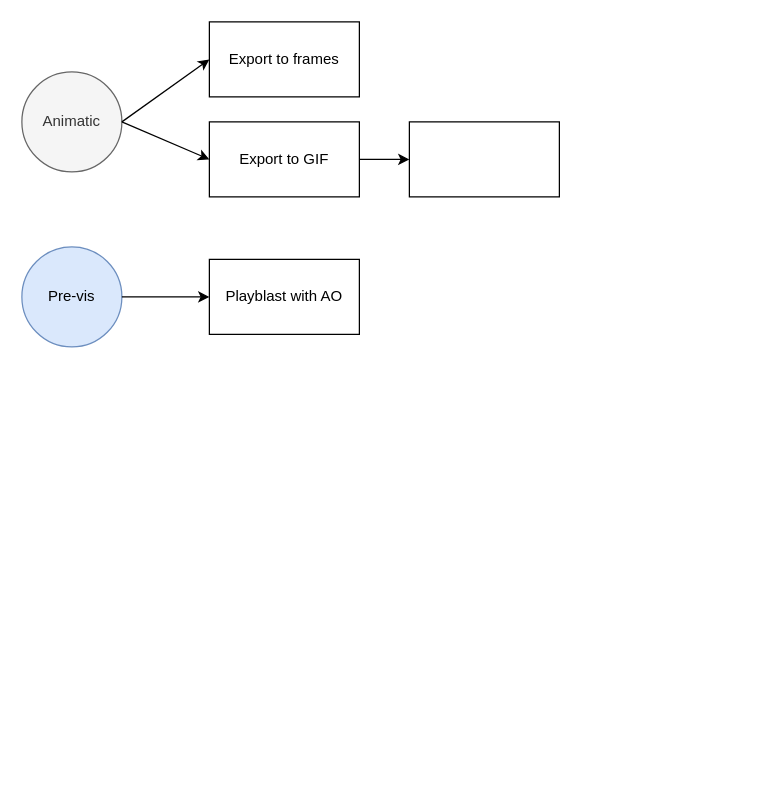
Above: Untitled Diagram.drawio in jpntong/ElbowGrease (draw.io), before the change. Source tidied: cells renumbered, new cells numbered last; positions are measured from the earlier drawing's top-left corner, leaving out a move shared by most shapes. Both pictures are drawn from the tidied source at 125%, with x=0, y=0 at pixel (21, 21).
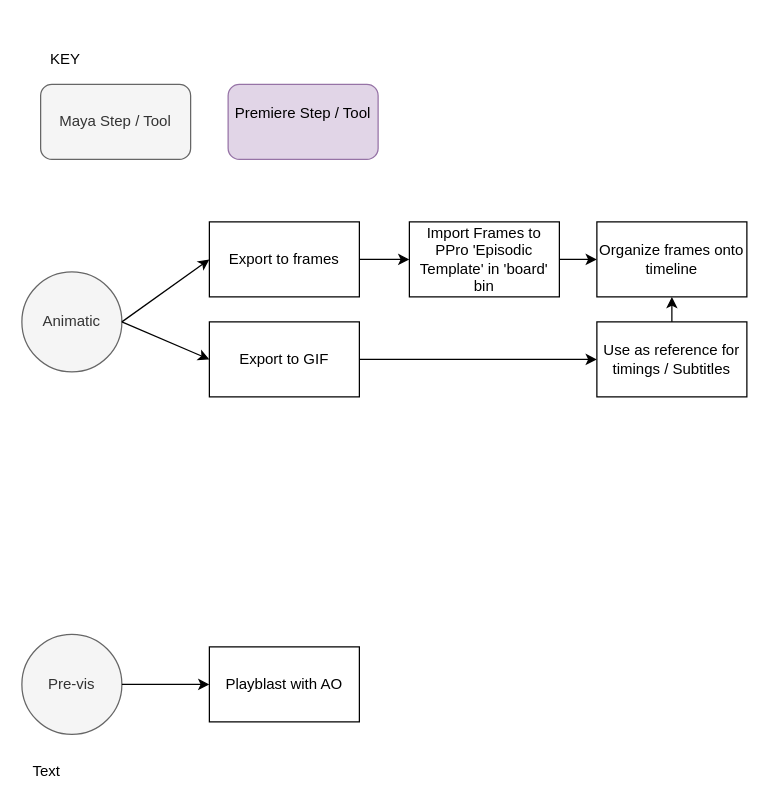
Above is the later version.

Commit message:
PPro Pipeline Flowchart.drawio

What changed in the source:
```diff
@@
-    <mxCell id="2" value="Pre-vis" style="ellipse;whiteSpace=wrap;html=1;fillColor=#dae8fc;strokeColor=#6c8ebf;" parent="1" vertex="1">
-      <mxGeometry y="180" width="80" height="80" as="geometry" />
+    <mxCell id="2" value="Pre-vis" style="ellipse;whiteSpace=wrap;html=1;fillColor=#f5f5f5;strokeColor=#666666;fontColor=#333333;" parent="1" vertex="1">
+      <mxGeometry y="490" width="80" height="80" as="geometry" />
     </mxCell>
     <mxCell id="3" value="Playblast with AO" style="rounded=0;whiteSpace=wrap;html=1;" parent="1" vertex="1">
-      <mxGeometry x="150" y="190" width="120" height="60" as="geometry" />
+      <mxGeometry x="150" y="500" width="120" height="60" as="geometry" />
     </mxCell>
@@
     <mxCell id="5" value="Animatic" style="ellipse;whiteSpace=wrap;html=1;fillColor=#f5f5f5;strokeColor=#666666;fontColor=#333333;" parent="1" vertex="1">
-      <mxGeometry y="40" width="80" height="80" as="geometry" />
+      <mxGeometry y="200" width="80" height="80" as="geometry" />
     </mxCell>
+    <mxCell id="12" style="edgeStyle=orthogonalEdgeStyle;rounded=0;jettySize=auto;html=1;entryX=0;entryY=0.5;entryDx=0;entryDy=0;" parent="1" edge="1" source="6" target="15">
+      <mxGeometry relative="1" as="geometry" />
+    </mxCell>
     <mxCell id="6" value="Export to frames" style="rounded=0;whiteSpace=wrap;html=1;" parent="1" vertex="1">
-      <mxGeometry x="150" width="120" height="60" as="geometry" />
+      <mxGeometry x="150" y="160" width="120" height="60" as="geometry" />
     </mxCell>
     <mxCell id="7" style="endArrow=classic;html=1;exitX=1;exitY=0.5;exitDx=0;exitDy=0;entryX=0;entryY=0.5;entryDx=0;entryDy=0;" parent="1" edge="1" target="6">
       <mxGeometry relative="1" as="geometry">
-        <mxPoint x="80" y="80" as="sourcePoint" />
+        <mxPoint x="80" y="240" as="sourcePoint" />
       </mxGeometry>
     </mxCell>
     <mxCell id="8" style="edgeStyle=orthogonalEdgeStyle;rounded=0;jettySize=auto;html=1;entryX=0;entryY=0.5;entryDx=0;entryDy=0;" parent="1" edge="1" source="9" target="11">
-      <mxGeometry relative="1" as="geometry" />
+      <mxGeometry relative="1" as="geometry">
+        <Array as="points">
+          <mxPoint x="410" y="270" />
+          <mxPoint x="410" y="270" />
+        </Array>
+      </mxGeometry>
     </mxCell>
     <mxCell id="9" value="Export to GIF" style="rounded=0;whiteSpace=wrap;html=1;" parent="1" vertex="1">
-      <mxGeometry x="150" y="80" width="120" height="60" as="geometry" />
+      <mxGeometry x="150" y="240" width="120" height="60" as="geometry" />
     </mxCell>
@@
+    <mxCell id="13" style="edgeStyle=orthogonalEdgeStyle;rounded=0;jettySize=auto;html=1;exitX=0.5;exitY=0;exitDx=0;exitDy=0;entryX=0.5;entryY=1;entryDx=0;entryDy=0;" parent="1" edge="1" source="11" target="16">
+      <mxGeometry relative="1" as="geometry" />
+    </mxCell>
-    <mxCell id="11" style="rounded=0;whiteSpace=wrap;html=1;" parent="1" vertex="1">
-      <mxGeometry x="310" y="80" width="120" height="60" as="geometry" />
+    <mxCell id="11" value="Use as reference for timings / Subtitles" style="rounded=0;whiteSpace=wrap;html=1;" parent="1" vertex="1">
+      <mxGeometry x="460" y="240" width="120" height="60" as="geometry" />
     </mxCell>
+    <mxCell id="14" style="edgeStyle=orthogonalEdgeStyle;rounded=0;jettySize=auto;html=1;entryX=0;entryY=0.5;entryDx=0;entryDy=0;" parent="1" edge="1" source="15" target="16">
+      <mxGeometry relative="1" as="geometry" />
+    </mxCell>
+    <mxCell id="15" value="Import Frames to PPro 'Episodic Template' in 'board' bin&lt;br&gt;" style="rounded=0;whiteSpace=wrap;html=1;" parent="1" vertex="1">
+      <mxGeometry x="310" y="160" width="120" height="60" as="geometry" />
+    </mxCell>
+    <mxCell id="16" value="Organize frames onto timeline" style="rounded=0;whiteSpace=wrap;html=1;" parent="1" vertex="1">
+      <mxGeometry x="460" y="160" width="120" height="60" as="geometry" />
+    </mxCell>
+    <mxCell id="17" value="Maya Step / Tool" style="rounded=1;whiteSpace=wrap;html=1;fillColor=#f5f5f5;strokeColor=#666666;fontColor=#333333;" parent="1" vertex="1">
+      <mxGeometry x="15" y="50" width="120" height="60" as="geometry" />
+    </mxCell>
+    <mxCell id="18" value="Premiere Step / Tool&lt;br&gt;&lt;br&gt;" style="rounded=1;whiteSpace=wrap;html=1;fillColor=#e1d5e7;strokeColor=#9673a6;" parent="1" vertex="1">
+      <mxGeometry x="165" y="50" width="120" height="60" as="geometry" />
+    </mxCell>
+    <mxCell id="19" value="Text" style="text;html=1;strokeColor=none;fillColor=none;align=center;verticalAlign=middle;whiteSpace=wrap;rounded=0;" parent="1" vertex="1">
+      <mxGeometry y="590" width="40" height="20" as="geometry" />
+    </mxCell>
+    <mxCell id="20" value="KEY" style="text;html=1;strokeColor=none;fillColor=none;align=center;verticalAlign=middle;whiteSpace=wrap;rounded=0;" parent="1" vertex="1">
+      <mxGeometry x="15" y="20" width="40" height="20" as="geometry" />
+    </mxCell>
```
